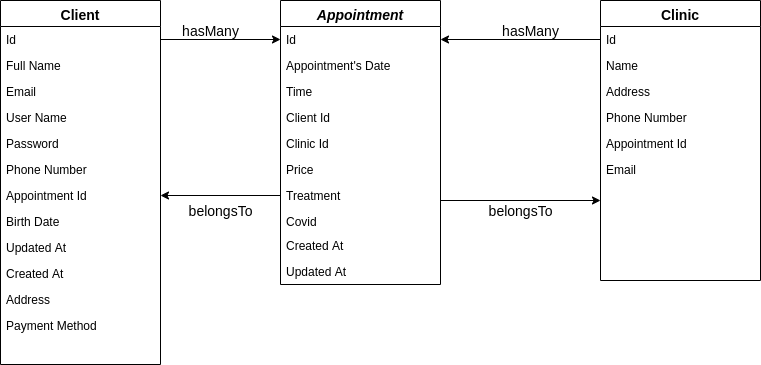
Before: clinicDiagram.png, a diagram exported from draw.io (Jesicamm/back-app-citas-sequelize). Source tidied: cells renumbered, new cells last; positions are measured from the earlier drawing's top-left corner, leaving out a move shared by most shapes.
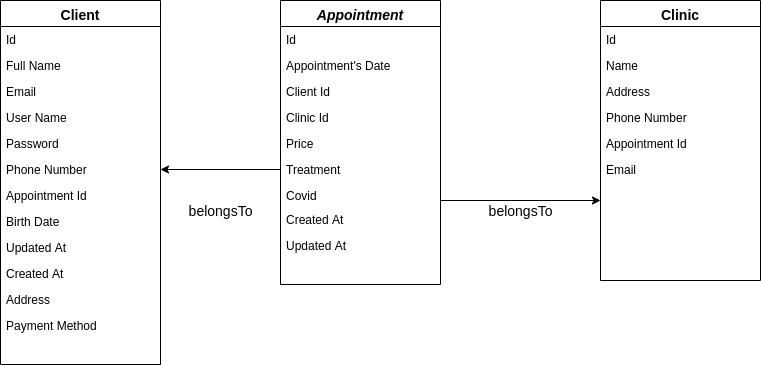
After the change.

Diff of the diagram source:
```diff
@@ -11,29 +11,26 @@
     <mxCell id="4" value="Appointment's Date" style="text;align=left;verticalAlign=top;spacingLeft=4;spacingRight=4;overflow=hidden;" parent="2" vertex="1">
       <mxGeometry y="52" width="160" height="26" as="geometry" />
     </mxCell>
-    <mxCell id="5" value="Time" style="text;align=left;verticalAlign=top;spacingLeft=4;spacingRight=4;overflow=hidden;rounded=0;shadow=0;html=0;" parent="2" vertex="1">
-      <mxGeometry y="78" width="160" height="26" as="geometry" />
-    </mxCell>
     <mxCell id="6" value="Client Id" style="text;align=left;verticalAlign=top;spacingLeft=4;spacingRight=4;overflow=hidden;rounded=0;shadow=0;html=0;" parent="2" vertex="1">
-      <mxGeometry y="104" width="160" height="26" as="geometry" />
+      <mxGeometry y="78" width="160" height="26" as="geometry" />
     </mxCell>
     <mxCell id="7" value="Clinic Id" style="text;align=left;verticalAlign=top;spacingLeft=4;spacingRight=4;overflow=hidden;rounded=0;shadow=0;html=0;" parent="2" vertex="1">
-      <mxGeometry y="130" width="160" height="26" as="geometry" />
+      <mxGeometry y="104" width="160" height="26" as="geometry" />
     </mxCell>
     <mxCell id="8" value="Price" style="text;align=left;verticalAlign=top;spacingLeft=4;spacingRight=4;overflow=hidden;rounded=0;shadow=0;html=0;" parent="2" vertex="1">
-      <mxGeometry y="156" width="160" height="26" as="geometry" />
+      <mxGeometry y="130" width="160" height="26" as="geometry" />
     </mxCell>
     <mxCell id="9" value="Treatment" style="text;align=left;verticalAlign=top;spacingLeft=4;spacingRight=4;overflow=hidden;points=[[0,0.5],[1,0.5]];portConstraint=eastwest;" parent="2" vertex="1">
-      <mxGeometry y="182" width="160" height="26" as="geometry" />
+      <mxGeometry y="156" width="160" height="26" as="geometry" />
     </mxCell>
     <mxCell id="10" value="Covid" style="text;align=left;verticalAlign=top;spacingLeft=4;spacingRight=4;overflow=hidden;rounded=0;shadow=0;html=0;" parent="2" vertex="1">
-      <mxGeometry y="208" width="160" height="24" as="geometry" />
+      <mxGeometry y="182" width="160" height="24" as="geometry" />
     </mxCell>
     <mxCell id="11" value="Created At" style="text;align=left;verticalAlign=top;spacingLeft=4;spacingRight=4;overflow=hidden;" parent="2" vertex="1">
-      <mxGeometry y="232" width="160" height="26" as="geometry" />
+      <mxGeometry y="206" width="160" height="26" as="geometry" />
     </mxCell>
     <mxCell id="12" value="Updated At" style="text;align=left;verticalAlign=top;spacingLeft=4;spacingRight=4;overflow=hidden;" parent="2" vertex="1">
-      <mxGeometry y="258" width="160" height="26" as="geometry" />
+      <mxGeometry y="232" width="160" height="26" as="geometry" />
     </mxCell>
     <mxCell id="13" value="Client" style="swimlane;fontStyle=1;align=center;verticalAlign=top;horizontal=1;startSize=26;rounded=0;shadow=0;strokeWidth=1;fontSize=14;" parent="1" vertex="1">
       <mxGeometry width="160" height="364" as="geometry" />
@@ -95,18 +92,6 @@
     <mxCell id="32" value="Email" style="text;align=left;verticalAlign=top;spacingLeft=4;spacingRight=4;overflow=hidden;fontStyle=0;" parent="26" vertex="1">
       <mxGeometry y="156" width="160" height="26" as="geometry" />
     </mxCell>
-    <mxCell id="33" style="edgeStyle=orthogonalEdgeStyle;rounded=0;jettySize=auto;html=1;exitX=1;exitY=0.5;exitDx=0;exitDy=0;entryX=0;entryY=0.5;entryDx=0;entryDy=0;" parent="1" edge="1" source="14" target="3">
-      <mxGeometry relative="1" as="geometry" />
-    </mxCell>
-    <mxCell id="34" style="edgeStyle=orthogonalEdgeStyle;rounded=0;jettySize=auto;html=1;exitX=0;exitY=0.5;exitDx=0;exitDy=0;entryX=1;entryY=0.5;entryDx=0;entryDy=0;" parent="1" edge="1" source="27" target="3">
-      <mxGeometry relative="1" as="geometry" />
-    </mxCell>
-    <mxCell id="35" value="hasMany" style="text;html=1;align=center;verticalAlign=middle;fontSize=14;" parent="1" vertex="1">
-      <mxGeometry x="175" y="20" width="70" height="20" as="geometry" />
-    </mxCell>
-    <mxCell id="36" value="hasMany" style="text;html=1;align=center;verticalAlign=middle;fontSize=14;" parent="1" vertex="1">
-      <mxGeometry x="495" y="20" width="70" height="20" as="geometry" />
-    </mxCell>
     <mxCell id="37" value="belongsTo" style="text;html=1;align=center;verticalAlign=middle;fontSize=14;" parent="1" vertex="1">
       <mxGeometry x="180" y="200" width="80" height="20" as="geometry" />
     </mxCell>
@@ -119,7 +104,7 @@
         <mxPoint x="600" y="200" as="targetPoint" />
       </mxGeometry>
     </mxCell>
-    <mxCell id="40" style="endArrow=classic;html=1;exitX=0;exitY=0.5;exitDx=0;exitDy=0;" parent="1" edge="1" source="9" target="20">
+    <mxCell id="40" style="endArrow=classic;html=1;exitX=0;exitY=0.5;exitDx=0;exitDy=0;entryX=1;entryY=0.5;entryDx=0;entryDy=0;" parent="1" edge="1" source="9" target="19">
       <mxGeometry relative="1" as="geometry" />
     </mxCell>
   </root>
```
